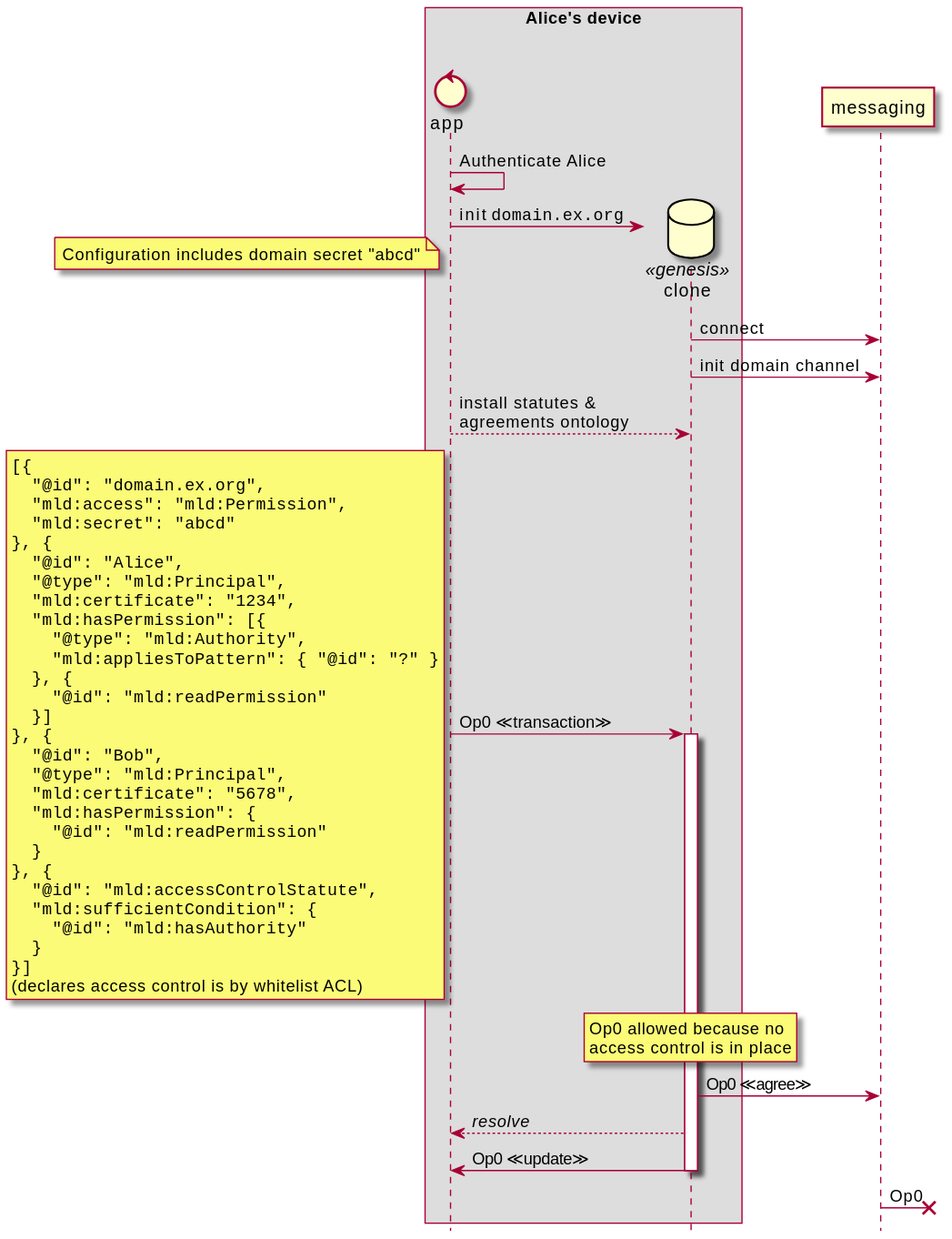
Above: design/img/1-genesis-alice.seq.svg in m-ld/m-ld-security-spec (PlantUML), before the change.
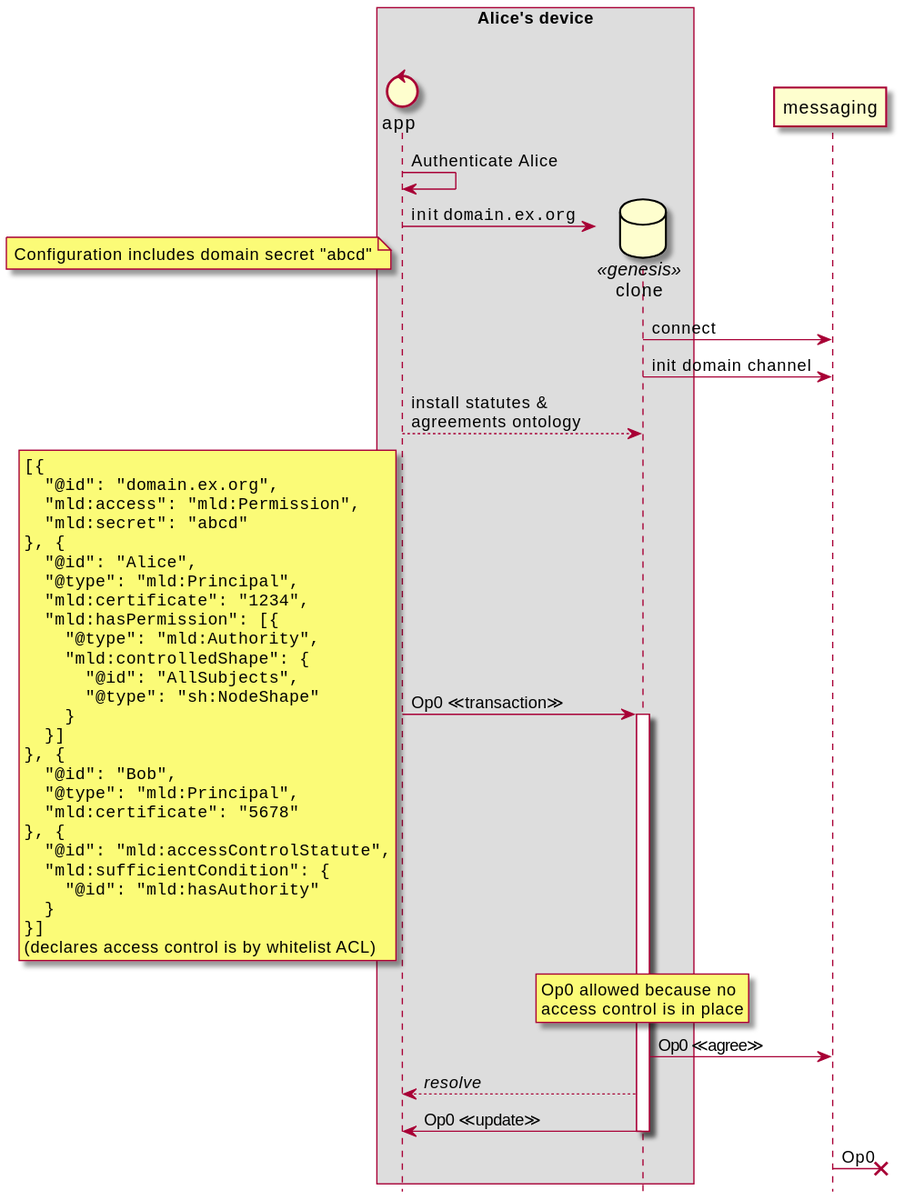
Later version of the same file.

What changed in the source:
```diff
@@ -29,17 +29,15 @@
   "mld:certificate": "1234",
   "mld:hasPermission": [{
     "@type": "mld:Authority",
-    "mld:appliesToPattern": { "@id": "?" }
-  }, {
-    "@id": "mld:readPermission"
+    "mld:controlledShape": {
+      "@id": "AllSubjects",
+      "@type": "sh:NodeShape"
+    }
   }]
 }, {
   "@id": "Bob",
   "@type": "mld:Principal",
-  "mld:certificate": "5678",
-  "mld:hasPermission": {
-    "@id": "mld:readPermission"
-  }
+  "mld:certificate": "5678"
 }, {
   "@id": "mld:accessControlStatute",
   "mld:sufficientCondition": {
```
